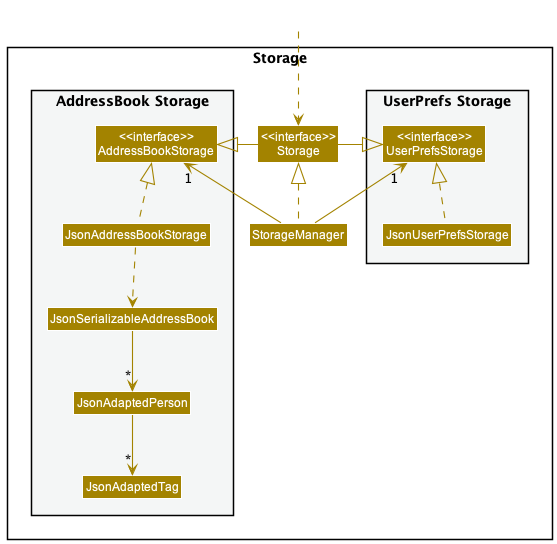
The PlantUML diagram docs/images/StorageClassDiagram.png in nus-cs2103-AY2223S2/tp, before a commit.
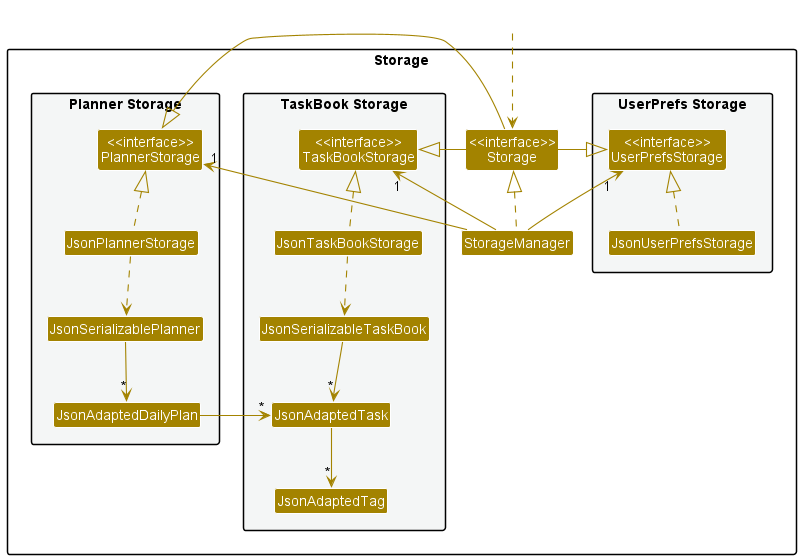
The same diagram one commit later.

Commit message:
joy changes storage diagram and i add more test to task

Change to the diagram source:
```diff
@@ -14,12 +14,20 @@
 Class "<<interface>>\nStorage" as Storage
 Class StorageManager
 
-package "AddressBook Storage" #F4F6F6{
-Class "<<interface>>\nAddressBookStorage" as AddressBookStorage
-Class JsonAddressBookStorage
-Class JsonSerializableAddressBook
-Class JsonAdaptedPerson
+package "TaskBook Storage" #F4F6F6{
+Class "<<interface>>\nTaskBookStorage" as TaskBookStorage
+Class JsonTaskBookStorage
+Class JsonSerializableTaskBook
+Class JsonAdaptedTask
 Class JsonAdaptedTag
+}
+
+package "Planner Storage" #F4F6F6{
+Class "<<interface>>\nPlannerStorage" as PlannerStorage
+Class JsonPlannerStorage
+Class JsonSerializablePlanner
+Class JsonAdaptedDailyPlan
+Class JsonAdaptedTask
 }
 
 }
@@ -29,15 +37,25 @@
 
 StorageManager .up.|> Storage
 StorageManager -up-> "1" UserPrefsStorage
-StorageManager -up-> "1" AddressBookStorage
+StorageManager -up-> "1" TaskBookStorage
 
 Storage -left-|> UserPrefsStorage
-Storage -right-|> AddressBookStorage
+Storage -right-|> TaskBookStorage
+Storage -right-|> PlannerStorage
 
+UserPrefsStorage -[hidden]down|>StorageManager
 JsonUserPrefsStorage .up.|> UserPrefsStorage
-JsonAddressBookStorage .up.|> AddressBookStorage
-JsonAddressBookStorage ..> JsonSerializableAddressBook
-JsonSerializableAddressBook --> "*" JsonAdaptedPerson
-JsonAdaptedPerson --> "*" JsonAdaptedTag
+JsonTaskBookStorage .up.|> TaskBookStorage
+JsonTaskBookStorage ..> JsonSerializableTaskBook
+JsonSerializableTaskBook --> "*" JsonAdaptedTask
+JsonAdaptedTask --> "*" JsonAdaptedTag
+
+TaskBookStorage -[hidden]up|> PlannerStorage
+
+StorageManager -down-> "1" PlannerStorage
+JsonPlannerStorage .up.|> PlannerStorage
+JsonPlannerStorage ..> JsonSerializablePlanner
+JsonSerializablePlanner --> "*" JsonAdaptedDailyPlan
+JsonAdaptedDailyPlan --> "*" JsonAdaptedTask
 
 @enduml
```
